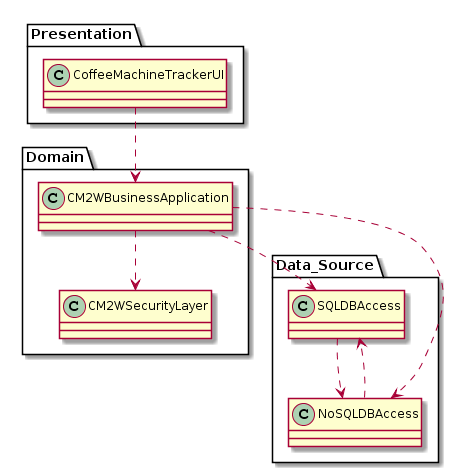
Above: docs/images/ModView.png in dgruninger97/Project (PlantUML), before the change.
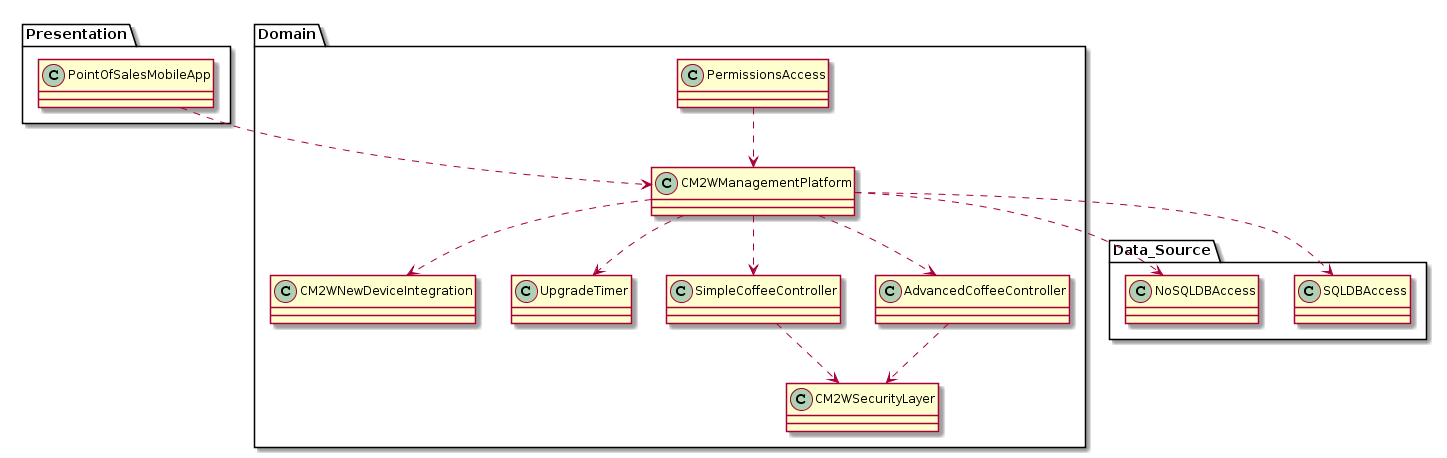
The same file after the commit.

Commit message:
Updating Module view and finished ADD Iteration 1

What changed in the source:
```diff
@@ -1,18 +1,32 @@
 @startuml
-class Presentation.CoffeeMachineTrackerUI{
+class Presentation.PointOfSalesMobileApp{
 }
-class Domain.CM2WBusinessApplication{
+class Domain.CM2WManagementPlatform{
+}
+class Domain.CM2WNewDeviceIntegration{
+}
+class Domain.UpgradeTimer{
 }
 class Domain.CM2WSecurityLayer{
+}
+class Domain.SimpleCoffeeController{
+}
+class Domain.AdvancedCoffeeController{
 }
 class Data_Source.SQLDBAccess{
 }
 class Data_Source.NoSQLDBAccess{
 }
-Presentation.CoffeeMachineTrackerUI ..> Domain.CM2WBusinessApplication
-Domain.CM2WBusinessApplication ..> Data_Source.SQLDBAccess
-Domain.CM2WBusinessApplication ..> Domain.CM2WSecurityLayer
-Domain.CM2WBusinessApplication ..> Data_Source.NoSQLDBAccess
-Data_Source.SQLDBAccess ..> Data_Source.NoSQLDBAccess
-Data_Source.NoSQLDBAccess ..> Data_Source.SQLDBAccess
+class Domain.PermissionsAccess{
+}
+Presentation.PointOfSalesMobileApp ..> Domain.CM2WManagementPlatform
+Domain.CM2WManagementPlatform ..> Data_Source.SQLDBAccess
+Domain.SimpleCoffeeController ..> Domain.CM2WSecurityLayer
+Domain.AdvancedCoffeeController ..> Domain.CM2WSecurityLayer
+Domain.CM2WManagementPlatform ..> Data_Source.NoSQLDBAccess
+Domain.CM2WManagementPlatform ..> Domain.UpgradeTimer
+Domain.CM2WManagementPlatform ..> Domain.CM2WNewDeviceIntegration
+Domain.CM2WManagementPlatform ..> Domain.SimpleCoffeeController
+Domain.CM2WManagementPlatform ..> Domain.AdvancedCoffeeController
+Domain.PermissionsAccess ..> Domain.CM2WManagementPlatform
 @enduml
```
